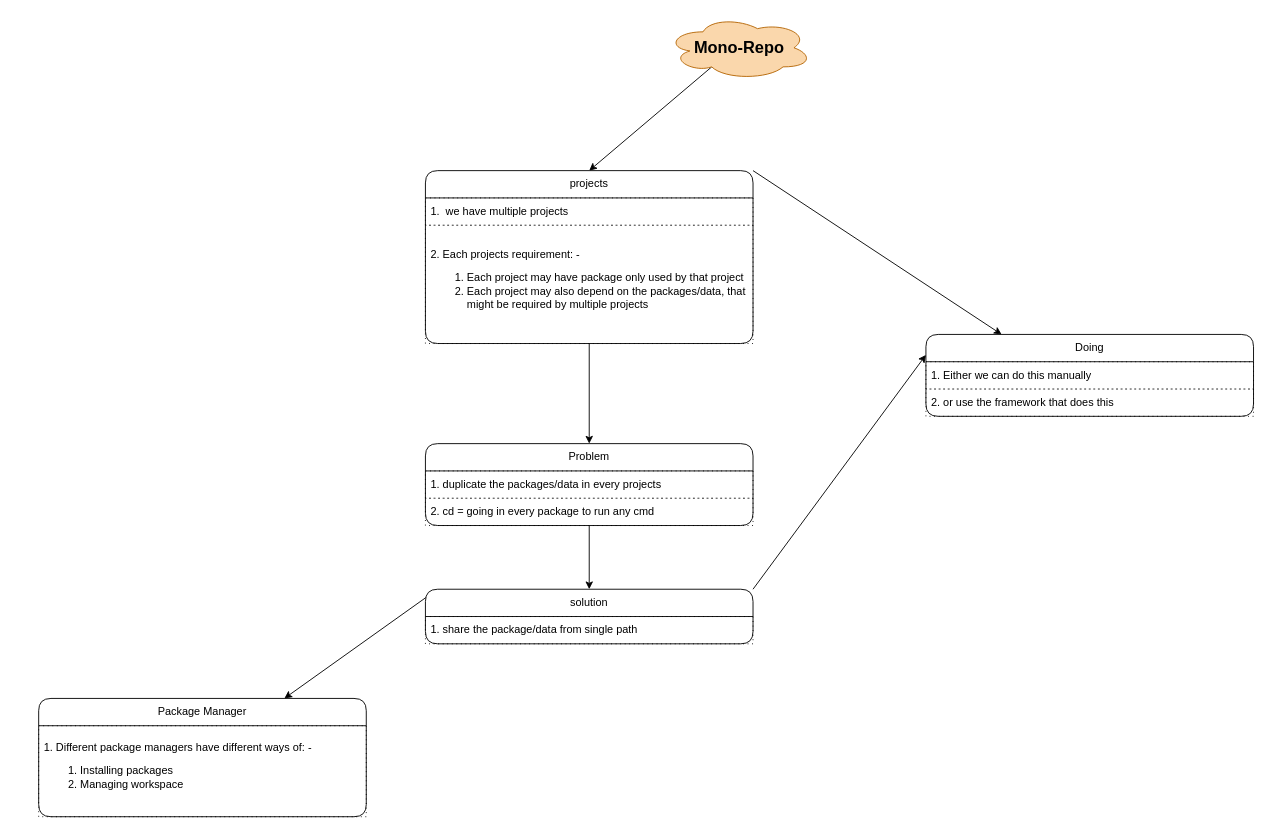
The draw.io diagram Other-Concepts/monorepo/monorepo.dio in knkrn5/Programming-Concepts, before the edit. Source tidied: cells renumbered, new cells numbered last; positions are measured from the earlier drawing's top-left corner, leaving out a move shared by most shapes. Both pictures are drawn from the tidied source at 91%, with x=0, y=0 at pixel (38, 15).
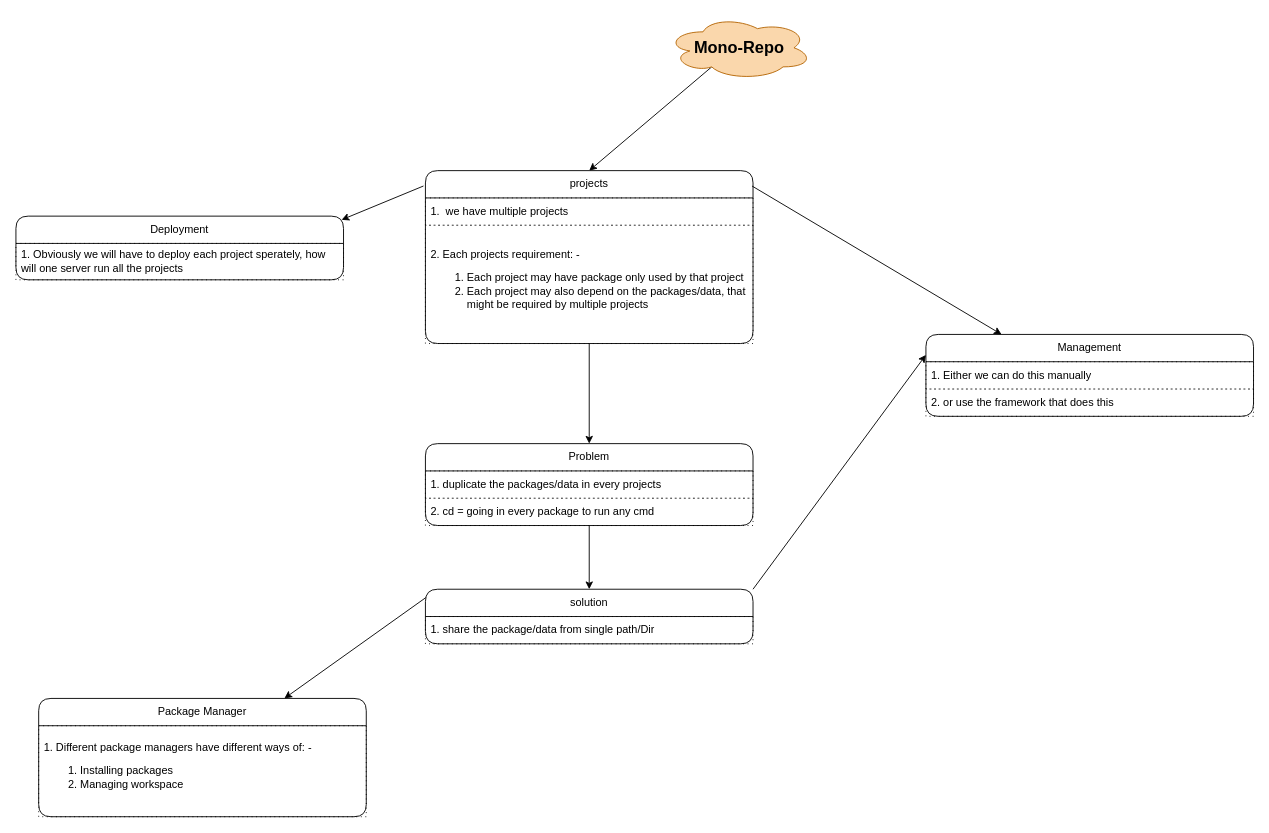
The same page after the edit.

The change refers to these unchanged cells:
```xml
<mxCell id="5" value="projects" style="swimlane;fontStyle=0;horizontal=1;startSize=30;whiteSpace=wrap;html=1;rounded=1;" parent="1" vertex="1">
  <mxGeometry x="425" y="170" width="360" height="190" as="geometry" />
</mxCell>
<mxCell id="19" value="solution" style="swimlane;fontStyle=0;horizontal=1;startSize=30;whiteSpace=wrap;html=1;rounded=1;" parent="1" vertex="1">
  <mxGeometry x="425" y="630" width="360" height="60" as="geometry" />
</mxCell>
```

The edit, as a diff of the source:
```diff
@@
+    <mxCell id="22" value="Deployment" style="swimlane;fontStyle=0;horizontal=1;startSize=30;whiteSpace=wrap;html=1;rounded=1;" parent="1" vertex="1">
+      <mxGeometry x="-25" y="220" width="360" height="70" as="geometry" />
+    </mxCell>
+    <mxCell id="23" value="1. Obviously we will have to deploy each project sperately, how will one server run all the projects" style="text;strokeColor=default;fillColor=none;align=left;verticalAlign=middle;spacingLeft=4;spacingRight=4;overflow=hidden;whiteSpace=wrap;html=1;dashed=1;dashPattern=1 4;" parent="22" vertex="1">
+      <mxGeometry y="30" width="360" height="40" as="geometry" />
+    </mxCell>
@@
-    <mxCell id="12" value="Doing" style="swimlane;fontStyle=0;horizontal=1;startSize=30;whiteSpace=wrap;html=1;rounded=1;" parent="1" vertex="1">
+    <mxCell id="12" value="Management" style="swimlane;fontStyle=0;horizontal=1;startSize=30;whiteSpace=wrap;html=1;rounded=1;" parent="1" vertex="1">
       <mxGeometry x="975" y="350" width="360" height="90" as="geometry" />
     </mxCell>
@@
-    <mxCell id="20" value="1. share the package/data from single path" style="text;strokeColor=default;fillColor=none;align=left;verticalAlign=middle;spacingLeft=4;spacingRight=4;overflow=hidden;whiteSpace=wrap;html=1;dashed=1;dashPattern=1 4;" parent="19" vertex="1">
+    <mxCell id="20" value="1. share the package/data from single path/Dir" style="text;strokeColor=default;fillColor=none;align=left;verticalAlign=middle;spacingLeft=4;spacingRight=4;overflow=hidden;whiteSpace=wrap;html=1;dashed=1;dashPattern=1 4;" parent="19" vertex="1">
       <mxGeometry y="30" width="360" height="30" as="geometry" />
     </mxCell>
-    <mxCell id="21" style="edgeStyle=none;html=1;exitX=1;exitY=0;exitDx=0;exitDy=0;entryX=0.231;entryY=0;entryDx=0;entryDy=0;entryPerimeter=0;" parent="1" edge="1" source="5" target="12">
+    <mxCell id="21" style="edgeStyle=none;html=1;exitX=0.997;exitY=0.089;exitDx=0;exitDy=0;entryX=0.231;entryY=0;entryDx=0;entryDy=0;entryPerimeter=0;exitPerimeter=0;" parent="1" edge="1" source="5" target="12">
       <mxGeometry relative="1" as="geometry" />
     </mxCell>
+    <mxCell id="24" style="edgeStyle=none;html=1;exitX=-0.006;exitY=0.089;exitDx=0;exitDy=0;entryX=0.994;entryY=0.058;entryDx=0;entryDy=0;entryPerimeter=0;exitPerimeter=0;" parent="1" edge="1" source="5" target="22">
+      <mxGeometry relative="1" as="geometry" />
+    </mxCell>
```
